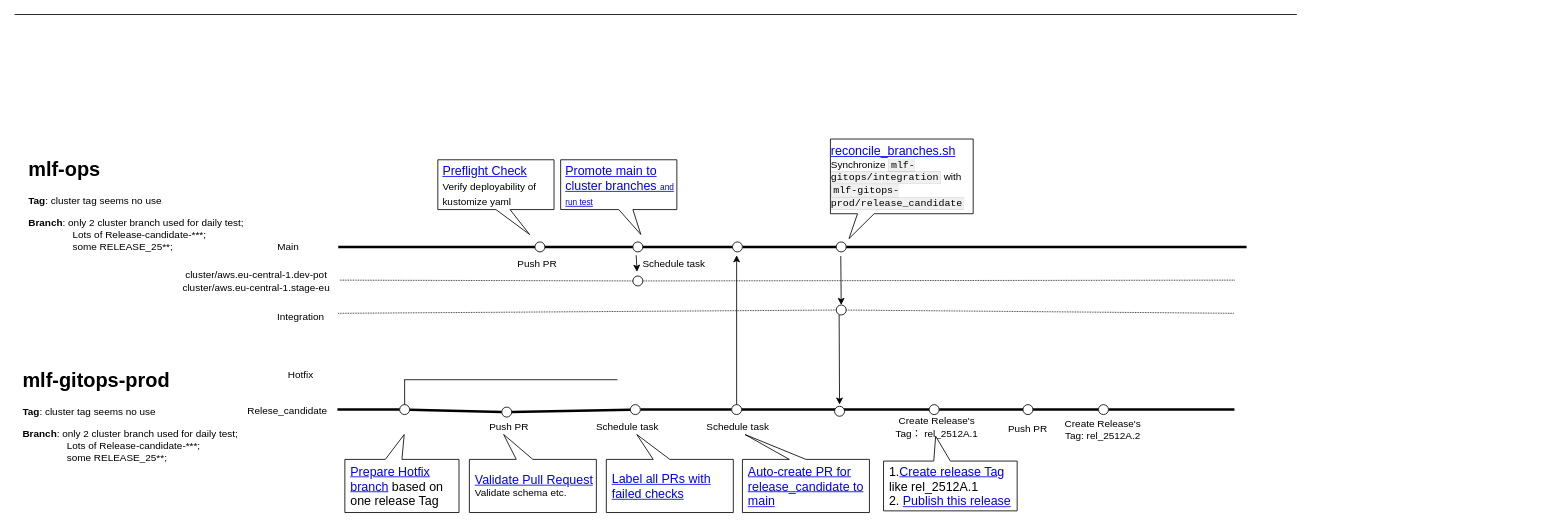
Earlier version of the draw.io diagram Drawio/AI Core release process.drawio (polark-bit/StudyGit). Source tidied: cells renumbered, new cells numbered last; positions are measured from the earlier drawing's top-left corner, leaving out a move shared by most shapes. Both pictures are drawn from the tidied source at 83%, with x=0, y=0 at pixel (14, 14).
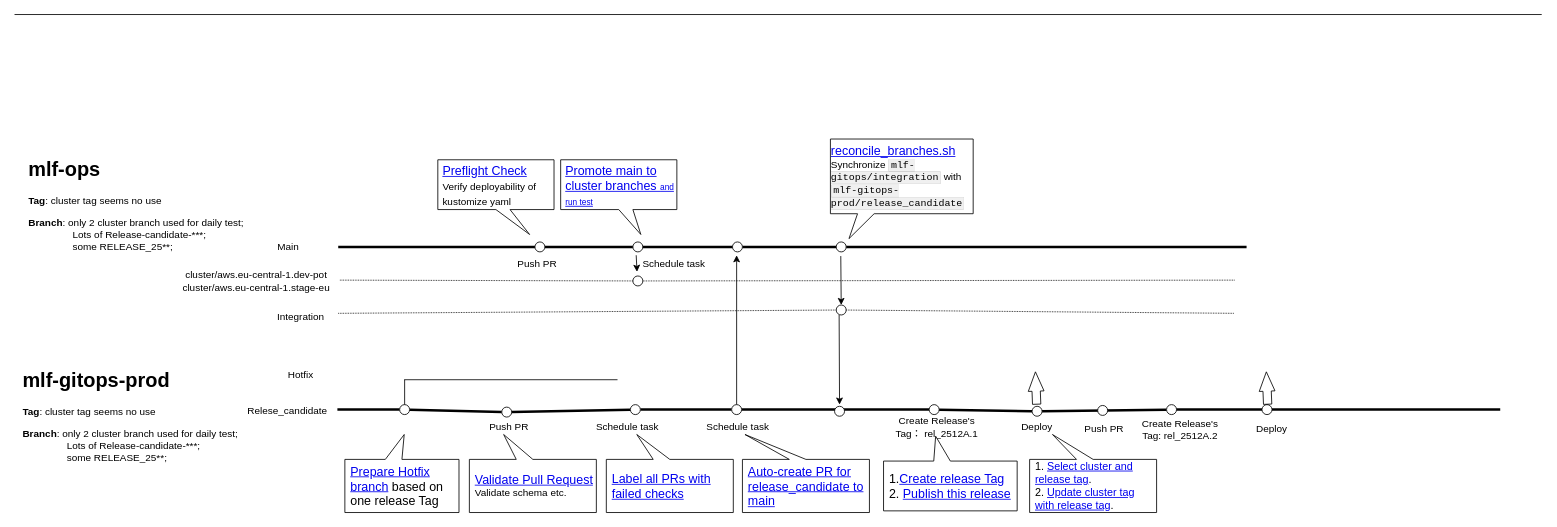
The same page after the edit.

The change refers to these unchanged cells:
```xml
<mxCell id="41" style="ellipse;whiteSpace=wrap;html=1;" parent="1" vertex="1">
  <mxGeometry x="1102" y="470" width="12" height="12" as="geometry" />
</mxCell>
```

Change to the diagram source:
```diff
@@
     <mxCell id="2" style="endArrow=none;html=1;rounded=0;" parent="1" edge="1">
       <mxGeometry relative="1" as="geometry">
         <mxPoint as="sourcePoint" />
-        <mxPoint x="1545" as="targetPoint" />
+        <mxPoint x="1840" as="targetPoint" />
       </mxGeometry>
     </mxCell>
@@
-    <mxCell id="26" style="endArrow=none;html=1;rounded=0;fontSize=12;strokeWidth=3;" parent="1" edge="1" source="58">
+    <mxCell id="26" style="endArrow=none;html=1;rounded=0;fontSize=12;strokeWidth=3;" parent="1" edge="1" source="68">
       <mxGeometry relative="1" as="geometry">
-        <mxPoint x="1469.8" y="476" as="targetPoint" />
+        <mxPoint x="1790" y="476" as="targetPoint" />
       </mxGeometry>
     </mxCell>
@@
-    <mxCell id="56" value="&lt;span style=&quot;font-size: 15px;&quot;&gt;1.&lt;a href=&quot;https://github.tools.sap/MLF-prod/mlf-gitops-prod/blob/release_candidate/.github/workflows/tag.yaml&quot;&gt;Create release Tag&lt;/a&gt; like rel_2512A.1&lt;/span&gt;&lt;div&gt;&lt;span style=&quot;font-size: 15px;&quot;&gt;2. &lt;a href=&quot;https://github.tools.sap/MLF-prod/mlf-gitops-prod/blob/release_candidate/.github/workflows/release.yaml&quot;&gt;Publish this release&lt;/a&gt;&lt;/span&gt;&lt;/div&gt;" style="shape=callout;whiteSpace=wrap;html=1;perimeter=calloutPerimeter;strokeColor=default;align=left;verticalAlign=middle;fontFamily=Helvetica;fontSize=12;fontColor=default;fillColor=default;direction=west;position2=0.61;spacingLeft=5;" parent="1" vertex="1">
+    <mxCell id="56" value="&lt;span style=&quot;font-size: 15px;&quot;&gt;1.&lt;a href=&quot;https://github.tools.sap/MLF-prod/mlf-gitops-prod/blob/release_candidate/.github/workflows/tag.yaml&quot;&gt;Create release Tag&lt;/a&gt;&amp;nbsp;&lt;/span&gt;&lt;div&gt;&lt;span style=&quot;font-size: 15px;&quot;&gt;2. &lt;a href=&quot;https://github.tools.sap/MLF-prod/mlf-gitops-prod/blob/release_candidate/.github/workflows/release.yaml&quot;&gt;Publish this release&lt;/a&gt;&lt;/span&gt;&lt;/div&gt;" style="shape=callout;whiteSpace=wrap;html=1;perimeter=calloutPerimeter;strokeColor=default;align=left;verticalAlign=middle;fontFamily=Helvetica;fontSize=12;fontColor=default;fillColor=default;direction=west;position2=0.61;spacingLeft=5;" parent="1" vertex="1">
       <mxGeometry x="1047" y="508" width="161" height="90" as="geometry" />
     </mxCell>
-    <mxCell id="57" style="endArrow=none;html=1;rounded=0;fontSize=12;strokeWidth=3;" parent="1" edge="1" source="41" target="58">
+    <mxCell id="57" style="endArrow=none;html=1;rounded=0;fontSize=12;strokeWidth=3;" parent="1" edge="1" source="63" target="58">
       <mxGeometry relative="1" as="geometry" />
     </mxCell>
     <mxCell id="58" style="ellipse;whiteSpace=wrap;html=1;" parent="1" vertex="1">
-      <mxGeometry x="1306" y="470" width="12" height="12" as="geometry" />
+      <mxGeometry x="1388" y="470" width="12" height="12" as="geometry" />
     </mxCell>
     <mxCell id="59" style="ellipse;whiteSpace=wrap;html=1;" parent="1" vertex="1">
-      <mxGeometry x="1215" y="470" width="12" height="12" as="geometry" />
+      <mxGeometry x="1305" y="471" width="12" height="12" as="geometry" />
     </mxCell>
     <mxCell id="60" value="Push PR" style="text;html=1;whiteSpace=wrap;strokeColor=none;fillColor=none;align=center;verticalAlign=middle;rounded=0;" parent="1" vertex="1">
-      <mxGeometry x="1191" y="485" width="60" height="30" as="geometry" />
+      <mxGeometry x="1283" y="485" width="60" height="30" as="geometry" />
     </mxCell>
     <mxCell id="61" value="Create Release's Tag: rel_2512A.2" style="text;html=1;whiteSpace=wrap;strokeColor=none;fillColor=none;align=center;verticalAlign=middle;rounded=0;" parent="1" vertex="1">
-      <mxGeometry x="1253" y="485" width="117" height="30" as="geometry" />
+      <mxGeometry x="1346" y="485" width="117" height="30" as="geometry" />
     </mxCell>
+    <mxCell id="62" style="endArrow=none;html=1;rounded=0;fontSize=12;strokeWidth=3;" parent="1" edge="1" source="41" target="63">
+      <mxGeometry relative="1" as="geometry" />
+    </mxCell>
+    <mxCell id="63" style="ellipse;whiteSpace=wrap;html=1;" parent="1" vertex="1">
+      <mxGeometry x="1226" y="472" width="12" height="12" as="geometry" />
+    </mxCell>
+    <mxCell id="64" style="shape=flexArrow;endArrow=classic;html=1;rounded=0;fontFamily=Helvetica;fontSize=12;fontColor=default;endWidth=8;endSize=7.43;" parent="1" edge="1">
+      <mxGeometry relative="1" as="geometry">
+        <mxPoint x="1231.5" y="470" as="sourcePoint" />
+        <mxPoint x="1230" y="430" as="targetPoint" />
+      </mxGeometry>
+    </mxCell>
+    <mxCell id="65" value="&lt;font style=&quot;font-size: 13px;&quot;&gt;1. &lt;a href=&quot;https://github.tools.sap/MLF-prod/mlf-gitops-prod/actions/runs/22360340/workflow&quot;&gt;Select cluster and release tag&lt;/a&gt;.&lt;/font&gt;&lt;div&gt;&lt;font style=&quot;font-size: 13px;&quot;&gt;2. &lt;a href=&quot;https://github.tools.sap/MLF-prod/mlf-gitops-prod/actions/workflows/update-targets.yaml&quot;&gt;Update cluster tag with release tag&lt;/a&gt;.&lt;/font&gt;&lt;/div&gt;" style="shape=callout;whiteSpace=wrap;html=1;perimeter=calloutPerimeter;strokeColor=default;align=left;verticalAlign=middle;fontFamily=Helvetica;fontSize=12;fontColor=default;fillColor=default;direction=west;position2=0.82;spacingLeft=5;" parent="1" vertex="1">
+      <mxGeometry x="1223" y="506" width="153" height="94" as="geometry" />
+    </mxCell>
+    <mxCell id="66" value="Deploy" style="text;html=1;whiteSpace=wrap;strokeColor=none;fillColor=none;align=center;verticalAlign=middle;rounded=0;" parent="1" vertex="1">
+      <mxGeometry x="1202" y="482" width="60" height="30" as="geometry" />
+    </mxCell>
+    <mxCell id="67" style="endArrow=none;html=1;rounded=0;fontSize=12;strokeWidth=3;" parent="1" edge="1" source="58" target="68">
+      <mxGeometry relative="1" as="geometry" />
+    </mxCell>
+    <mxCell id="68" style="ellipse;whiteSpace=wrap;html=1;" parent="1" vertex="1">
+      <mxGeometry x="1503" y="470" width="12" height="12" as="geometry" />
+    </mxCell>
+    <mxCell id="69" style="shape=flexArrow;endArrow=classic;html=1;rounded=0;fontFamily=Helvetica;fontSize=12;fontColor=default;endWidth=8;endSize=7.43;" parent="1" edge="1">
+      <mxGeometry relative="1" as="geometry">
+        <mxPoint x="1509.8" y="470" as="sourcePoint" />
+        <mxPoint x="1508.2" y="430" as="targetPoint" />
+      </mxGeometry>
+    </mxCell>
+    <mxCell id="70" value="Deploy" style="text;html=1;whiteSpace=wrap;strokeColor=none;fillColor=none;align=center;verticalAlign=middle;rounded=0;" parent="1" vertex="1">
+      <mxGeometry x="1485" y="485" width="60" height="30" as="geometry" />
+    </mxCell>
```
